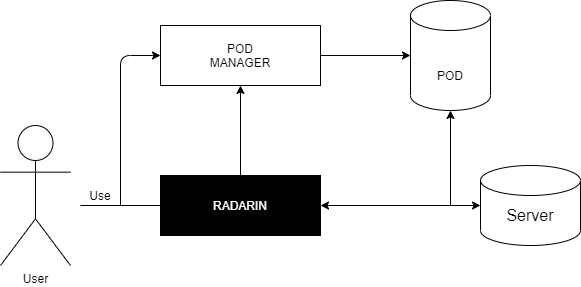
Above: webapp/docs/images/ASW-A5L1.png in Arquisoft/radarin_es6b (draw.io), before the change. Source tidied: cells renumbered, new cells last; positions are measured from the earlier drawing's top-left corner, leaving out a move shared by most shapes.
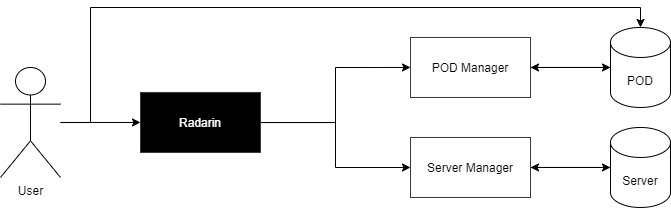
Later version of the same file.

The edit, as a diff of the source:
```diff
@@ -2,79 +2,55 @@
   <root>
     <mxCell id="0" />
     <mxCell id="1" parent="0" />
+    <mxCell id="21" style="edgeStyle=orthogonalEdgeStyle;rounded=0;jettySize=auto;html=1;" parent="1" edge="1" source="2" target="25">
+      <mxGeometry relative="1" as="geometry" />
+    </mxCell>
+    <mxCell id="22" style="edgeStyle=orthogonalEdgeStyle;rounded=0;jettySize=auto;html=1;entryX=0.5;entryY=0;entryDx=0;entryDy=0;entryPerimeter=0;" parent="1" edge="1" source="2" target="8">
+      <mxGeometry relative="1" as="geometry">
+        <Array as="points">
+          <mxPoint x="50" y="430" />
+          <mxPoint x="50" y="315" />
+          <mxPoint x="600" y="315" />
+        </Array>
+      </mxGeometry>
+    </mxCell>
-    <mxCell id="2" value="User&lt;br&gt;" style="shape=umlActor;verticalLabelPosition=bottom;verticalAlign=top;html=1;outlineConnect=0;" parent="1" vertex="1">
-      <mxGeometry y="125" width="70" height="140" as="geometry" />
+    <mxCell id="2" value="User" style="shape=umlActor;verticalLabelPosition=bottom;verticalAlign=top;html=1;outlineConnect=0;" parent="1" vertex="1">
+      <mxGeometry x="-40" y="375" width="60" height="110" as="geometry" />
     </mxCell>
-    <mxCell id="3" style="rounded=0;whiteSpace=wrap;html=1;" parent="1" vertex="1">
-      <mxGeometry x="160" y="25" width="160" height="60" as="geometry" />
-    </mxCell>
-    <mxCell id="4" value="POD MANAGER" style="text;html=1;strokeColor=none;fillColor=none;align=center;verticalAlign=middle;whiteSpace=wrap;rounded=0;" parent="1" vertex="1">
-      <mxGeometry x="220" y="45" width="40" height="20" as="geometry" />
-    </mxCell>
-    <mxCell id="5" style="endArrow=classic;html=1;entryX=0;entryY=0.5;entryDx=0;entryDy=0;" parent="1" edge="1" target="3">
-      <mxGeometry relative="1" as="geometry">
-        <mxPoint x="120" y="205" as="sourcePoint" />
-        <Array as="points">
-          <mxPoint x="120" y="205" />
-          <mxPoint x="120" y="55" />
-        </Array>
-      </mxGeometry>
-    </mxCell>
-    <mxCell id="6" style="endArrow=none;html=1;" parent="1" edge="1">
-      <mxGeometry relative="1" as="geometry">
-        <mxPoint x="80" y="205" as="sourcePoint" />
-        <mxPoint x="120" y="205" as="targetPoint" />
-      </mxGeometry>
-    </mxCell>
-    <mxCell id="7" style="shape=cylinder3;whiteSpace=wrap;html=1;boundedLbl=1;backgroundOutline=1;size=15;" parent="1" vertex="1">
-      <mxGeometry x="410" width="80" height="110" as="geometry" />
-    </mxCell>
+    <mxCell id="23" style="edgeStyle=orthogonalEdgeStyle;rounded=0;jettySize=auto;html=1;entryX=0;entryY=0.5;entryDx=0;entryDy=0;" parent="1" edge="1" source="25" target="29">
+      <mxGeometry relative="1" as="geometry" />
+    </mxCell>
+    <mxCell id="24" style="edgeStyle=orthogonalEdgeStyle;rounded=0;jettySize=auto;html=1;" parent="1" edge="1" source="25" target="31">
+      <mxGeometry relative="1" as="geometry" />
+    </mxCell>
+    <mxCell id="25" value="Radarin" style="rounded=0;whiteSpace=wrap;html=1;strokeColor=#36393d;fillColor=#000000;fontColor=#FFFFFF;" parent="1" vertex="1">
+      <mxGeometry x="100" y="400" width="120" height="60" as="geometry" />
+    </mxCell>
+    <mxCell id="26" style="edgeStyle=orthogonalEdgeStyle;rounded=0;jettySize=auto;html=1;entryX=1;entryY=0.5;entryDx=0;entryDy=0;" parent="1" edge="1" source="8" target="29">
+      <mxGeometry relative="1" as="geometry" />
+    </mxCell>
-    <mxCell id="8" value="POD" style="text;html=1;strokeColor=none;fillColor=none;align=center;verticalAlign=middle;whiteSpace=wrap;rounded=0;" parent="1" vertex="1">
-      <mxGeometry x="430" y="65" width="40" height="20" as="geometry" />
+    <mxCell id="8" value="POD" style="shape=cylinder3;whiteSpace=wrap;html=1;boundedLbl=1;backgroundOutline=1;size=15;" parent="1" vertex="1">
+      <mxGeometry x="570" y="335" width="60" height="80" as="geometry" />
     </mxCell>
-    <mxCell id="9" style="endArrow=classic;html=1;exitX=1;exitY=0.5;exitDx=0;exitDy=0;entryX=0;entryY=0.5;entryDx=0;entryDy=0;entryPerimeter=0;" parent="1" edge="1" source="3" target="7">
-      <mxGeometry relative="1" as="geometry" />
-    </mxCell>
-    <mxCell id="10" style="rounded=0;whiteSpace=wrap;html=1;fillColor=#000000;" parent="1" vertex="1">
-      <mxGeometry x="160" y="175" width="160" height="60" as="geometry" />
-    </mxCell>
-    <mxCell id="11" style="endArrow=none;html=1;entryX=0;entryY=0.5;entryDx=0;entryDy=0;" parent="1" edge="1" target="10">
-      <mxGeometry relative="1" as="geometry">
-        <mxPoint x="120" y="205" as="sourcePoint" />
-      </mxGeometry>
-    </mxCell>
-    <mxCell id="12" value="RADARIN" style="text;html=1;strokeColor=none;fillColor=none;align=center;verticalAlign=middle;whiteSpace=wrap;rounded=0;fontColor=#FFFFFF;" parent="1" vertex="1">
-      <mxGeometry x="220" y="195" width="40" height="20" as="geometry" />
-    </mxCell>
-    <mxCell id="13" style="endArrow=classic;html=1;exitX=0.5;exitY=0;exitDx=0;exitDy=0;entryX=0.5;entryY=1;entryDx=0;entryDy=0;" parent="1" edge="1" source="10" target="3">
-      <mxGeometry relative="1" as="geometry" />
-    </mxCell>
-    <mxCell id="14" value="Use" style="text;html=1;strokeColor=none;fillColor=none;align=center;verticalAlign=middle;whiteSpace=wrap;rounded=0;" parent="1" vertex="1">
-      <mxGeometry x="80" y="185" width="40" height="20" as="geometry" />
-    </mxCell>
-    <mxCell id="15" style="shape=cylinder3;whiteSpace=wrap;html=1;boundedLbl=1;backgroundOutline=1;size=15;fillColor=none;fontSize=16;fontColor=#FFFFFF;" parent="1" vertex="1">
-      <mxGeometry x="480" y="165" width="100" height="80" as="geometry" />
-    </mxCell>
+    <mxCell id="27" style="edgeStyle=orthogonalEdgeStyle;rounded=0;jettySize=auto;html=1;" parent="1" edge="1" source="16">
+      <mxGeometry relative="1" as="geometry">
+        <mxPoint x="490" y="475" as="targetPoint" />
+      </mxGeometry>
+    </mxCell>
-    <mxCell id="16" value="Server" style="text;html=1;strokeColor=none;fillColor=none;align=center;verticalAlign=middle;whiteSpace=wrap;rounded=0;fontSize=16;" parent="1" vertex="1">
-      <mxGeometry x="510" y="205" width="40" height="20" as="geometry" />
+    <mxCell id="16" value="Server" style="shape=cylinder3;whiteSpace=wrap;html=1;boundedLbl=1;backgroundOutline=1;size=15;" parent="1" vertex="1">
+      <mxGeometry x="570" y="435" width="60" height="80" as="geometry" />
     </mxCell>
-    <mxCell id="17" style="group;" parent="1" vertex="1">
-      <mxGeometry x="450" y="205" as="geometry" />
-    </mxCell>
-    <mxCell id="18" style="endArrow=classic;html=1;entryX=1;entryY=0.5;entryDx=0;entryDy=0;" parent="17" edge="1" target="10">
-      <mxGeometry relative="1" as="geometry">
-        <mxPoint as="sourcePoint" />
-      </mxGeometry>
-    </mxCell>
-    <mxCell id="19" style="endArrow=classic;html=1;entryX=0.5;entryY=1;entryDx=0;entryDy=0;entryPerimeter=0;" parent="17" edge="1" target="7">
-      <mxGeometry relative="1" as="geometry">
-        <mxPoint as="sourcePoint" />
-      </mxGeometry>
-    </mxCell>
-    <mxCell id="20" style="endArrow=classic;html=1;entryX=0;entryY=0.5;entryDx=0;entryDy=0;entryPerimeter=0;" parent="1" edge="1" target="15">
-      <mxGeometry relative="1" as="geometry">
-        <mxPoint x="450" y="205" as="sourcePoint" />
-      </mxGeometry>
-    </mxCell>
+    <mxCell id="28" style="edgeStyle=orthogonalEdgeStyle;rounded=0;jettySize=auto;html=1;entryX=0;entryY=0.5;entryDx=0;entryDy=0;entryPerimeter=0;" parent="1" edge="1" source="29" target="8">
+      <mxGeometry relative="1" as="geometry" />
+    </mxCell>
+    <mxCell id="29" value="POD Manager" style="rounded=0;whiteSpace=wrap;html=1;strokeColor=#36393d;fillColor=#FFFFFF;" parent="1" vertex="1">
+      <mxGeometry x="370" y="345" width="120" height="60" as="geometry" />
+    </mxCell>
+    <mxCell id="30" style="edgeStyle=orthogonalEdgeStyle;rounded=0;jettySize=auto;html=1;entryX=0;entryY=0.5;entryDx=0;entryDy=0;entryPerimeter=0;" parent="1" edge="1" source="31" target="16">
+      <mxGeometry relative="1" as="geometry" />
+    </mxCell>
+    <mxCell id="31" value="Server Manager" style="rounded=0;whiteSpace=wrap;html=1;strokeColor=#36393d;fillColor=#FFFFFF;" parent="1" vertex="1">
+      <mxGeometry x="370" y="445" width="120" height="60" as="geometry" />
+    </mxCell>
   </root>
 </mxGraphModel>
```
